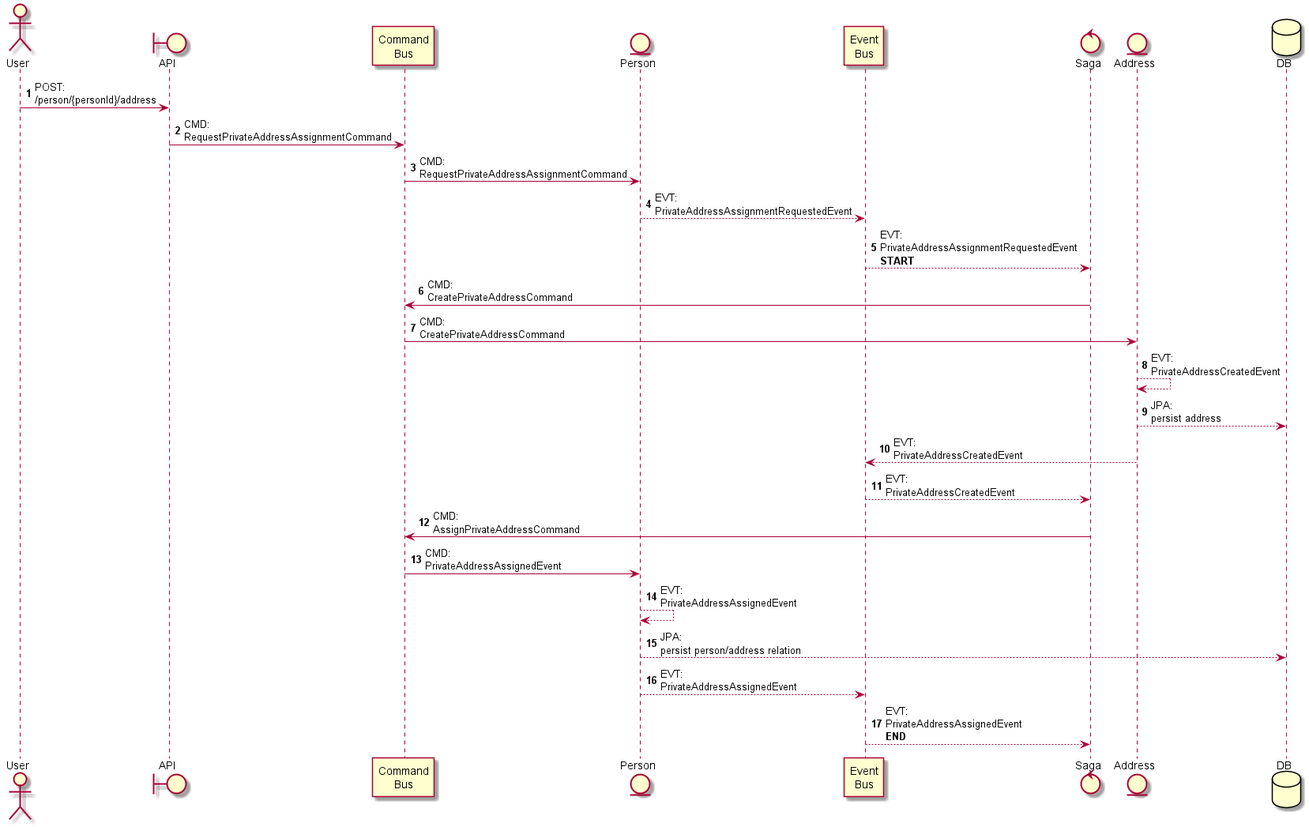
gushakov/axon-multi keeps this PlantUML diagram as address_saga.png. Above is the earlier version.
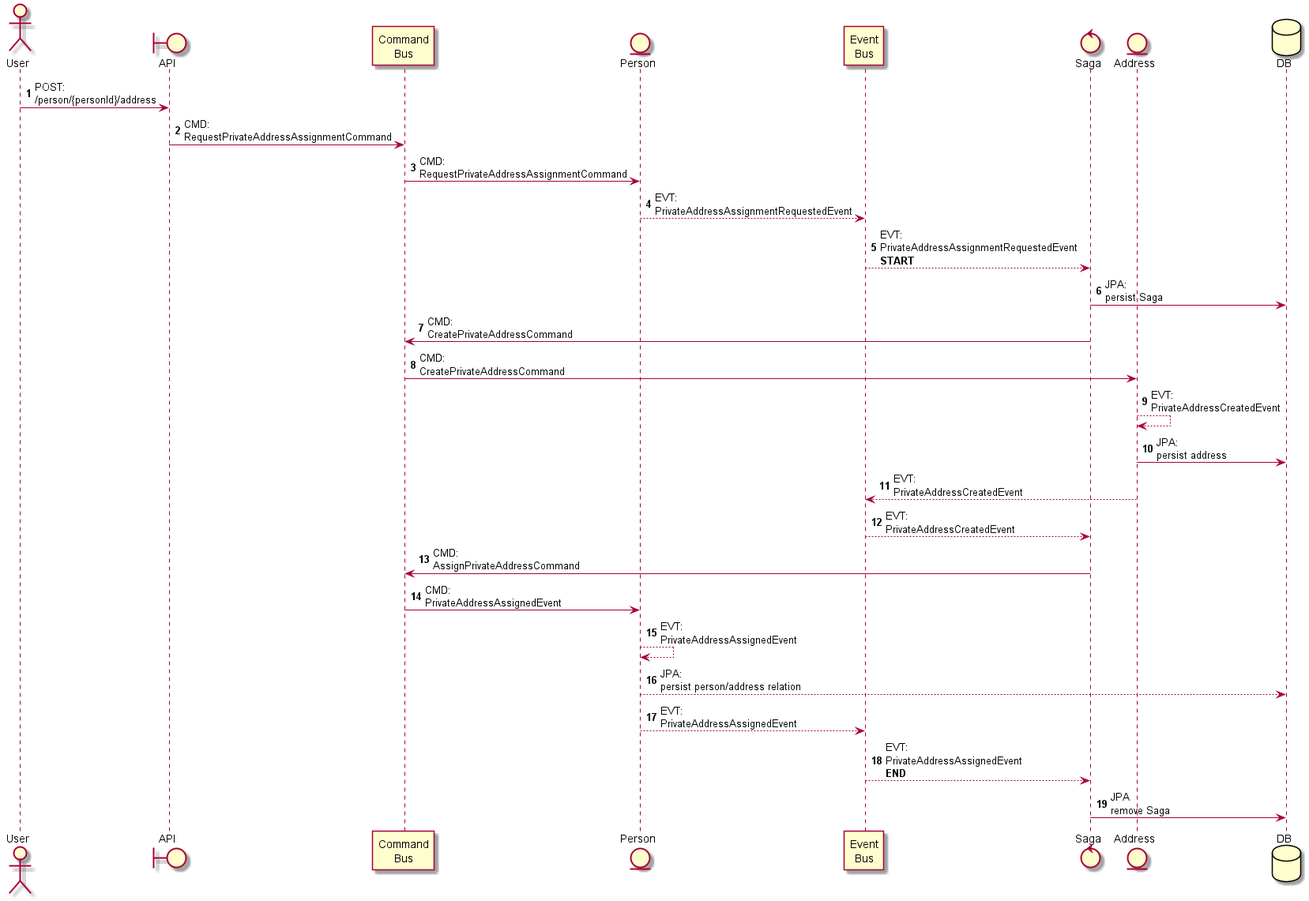
Later version of the same file.

Diff of the diagram source:
```diff
@@ -16,10 +16,11 @@
 C -> P: CMD:\nRequestPrivateAddressAssignmentCommand
 P --> E: EVT:\nPrivateAddressAssignmentRequestedEvent
 E --> S: EVT:\nPrivateAddressAssignmentRequestedEvent\n<b>START</b>
+S -> D: JPA:\npersist Saga
 S -> C: CMD:\nCreatePrivateAddressCommand
 C -> A: CMD:\nCreatePrivateAddressCommand
 A --> A: EVT:\nPrivateAddressCreatedEvent
-A --> D: JPA:\npersist address
+A -> D: JPA:\npersist address
 A --> E: EVT:\nPrivateAddressCreatedEvent
 E --> S: EVT:\nPrivateAddressCreatedEvent
 S -> C: CMD:\nAssignPrivateAddressCommand
@@ -28,4 +29,5 @@
 P --> D: JPA:\npersist person/address relation
 P --> E: EVT:\nPrivateAddressAssignedEvent
 E --> S: EVT:\nPrivateAddressAssignedEvent\n<b>END</b>
+S -> D: JPA\nremove Saga
 @enduml
```
